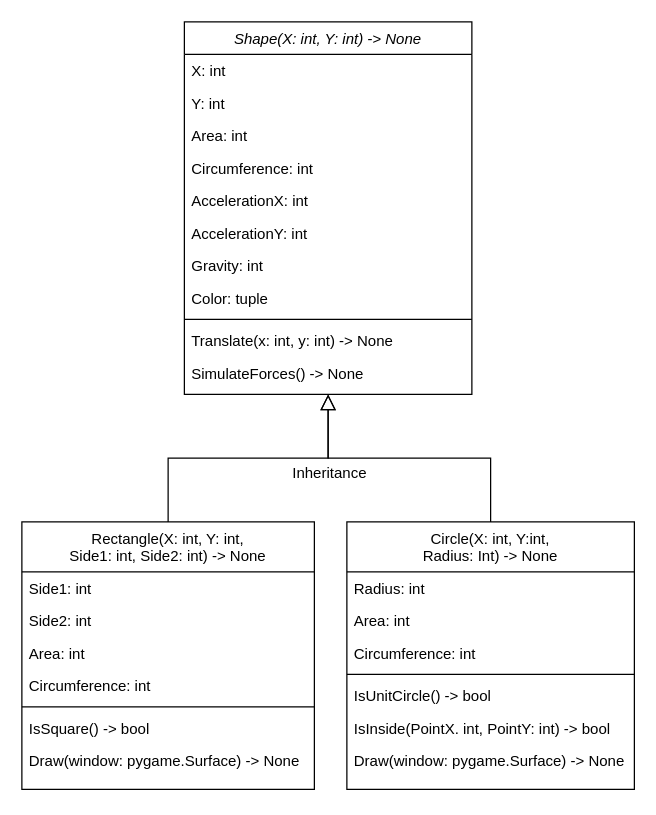
Earlier version of the draw.io diagram Labs/Labb 3/UML.drawio (Kevy69/Python-Kevin). Source tidied: cells renumbered, new cells numbered last; positions are measured from the earlier drawing's top-left corner, leaving out a move shared by most shapes. Both pictures are drawn from the tidied source at 125%, with x=0, y=0 at pixel (21, 21).
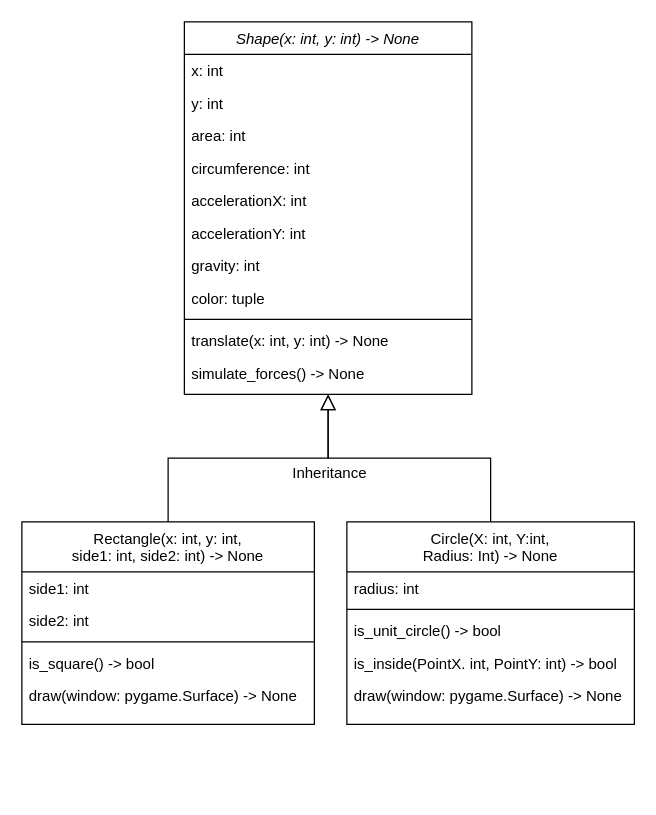
After the change.

Change to the diagram source:
```diff
@@
-    <mxCell id="2" value="Shape(X: int, Y: int) -&gt; None" style="swimlane;fontStyle=2;align=center;verticalAlign=top;horizontal=1;startSize=26;rounded=0;shadow=0;strokeWidth=1;" parent="1" vertex="1">
+    <mxCell id="2" value="Shape(x: int, y: int) -&gt; None" style="swimlane;fontStyle=2;align=center;verticalAlign=top;horizontal=1;startSize=26;rounded=0;shadow=0;strokeWidth=1;" parent="1" vertex="1">
       <mxGeometry x="130" width="230" height="298" as="geometry" />
     </mxCell>
-    <mxCell id="3" value="X: int" style="text;align=left;verticalAlign=top;spacingLeft=4;spacingRight=4;overflow=hidden;" parent="2" vertex="1">
+    <mxCell id="3" value="x: int" style="text;align=left;verticalAlign=top;spacingLeft=4;spacingRight=4;overflow=hidden;" parent="2" vertex="1">
       <mxGeometry y="26" width="230" height="26" as="geometry" />
     </mxCell>
-    <mxCell id="4" value="Y: int" style="text;align=left;verticalAlign=top;spacingLeft=4;spacingRight=4;overflow=hidden;rounded=0;shadow=0;html=0;" parent="2" vertex="1">
+    <mxCell id="4" value="y: int" style="text;align=left;verticalAlign=top;spacingLeft=4;spacingRight=4;overflow=hidden;rounded=0;shadow=0;html=0;" parent="2" vertex="1">
       <mxGeometry y="52" width="230" height="26" as="geometry" />
     </mxCell>
-    <mxCell id="5" value="Area: int" style="text;align=left;verticalAlign=top;spacingLeft=4;spacingRight=4;overflow=hidden;rounded=0;shadow=0;html=0;" parent="2" vertex="1">
+    <mxCell id="5" value="area: int" style="text;align=left;verticalAlign=top;spacingLeft=4;spacingRight=4;overflow=hidden;rounded=0;shadow=0;html=0;" parent="2" vertex="1">
       <mxGeometry y="78" width="230" height="26" as="geometry" />
     </mxCell>
-    <mxCell id="6" value="Circumference: int" style="text;align=left;verticalAlign=top;spacingLeft=4;spacingRight=4;overflow=hidden;" parent="2" vertex="1">
+    <mxCell id="6" value="circumference: int" style="text;align=left;verticalAlign=top;spacingLeft=4;spacingRight=4;overflow=hidden;" parent="2" vertex="1">
       <mxGeometry y="104" width="230" height="26" as="geometry" />
     </mxCell>
-    <mxCell id="7" value="AccelerationX: int" style="text;align=left;verticalAlign=top;spacingLeft=4;spacingRight=4;overflow=hidden;" parent="2" vertex="1">
+    <mxCell id="7" value="accelerationX: int" style="text;align=left;verticalAlign=top;spacingLeft=4;spacingRight=4;overflow=hidden;" parent="2" vertex="1">
       <mxGeometry y="130" width="230" height="26" as="geometry" />
     </mxCell>
-    <mxCell id="8" value="AccelerationY: int" style="text;align=left;verticalAlign=top;spacingLeft=4;spacingRight=4;overflow=hidden;" parent="2" vertex="1">
+    <mxCell id="8" value="accelerationY: int" style="text;align=left;verticalAlign=top;spacingLeft=4;spacingRight=4;overflow=hidden;" parent="2" vertex="1">
       <mxGeometry y="156" width="230" height="26" as="geometry" />
     </mxCell>
-    <mxCell id="9" value="Gravity: int" style="text;align=left;verticalAlign=top;spacingLeft=4;spacingRight=4;overflow=hidden;" parent="2" vertex="1">
+    <mxCell id="9" value="gravity: int" style="text;align=left;verticalAlign=top;spacingLeft=4;spacingRight=4;overflow=hidden;" parent="2" vertex="1">
       <mxGeometry y="182" width="230" height="26" as="geometry" />
     </mxCell>
-    <mxCell id="10" value="Color: tuple" style="text;align=left;verticalAlign=top;spacingLeft=4;spacingRight=4;overflow=hidden;" parent="2" vertex="1">
+    <mxCell id="10" value="color: tuple" style="text;align=left;verticalAlign=top;spacingLeft=4;spacingRight=4;overflow=hidden;" parent="2" vertex="1">
       <mxGeometry y="208" width="230" height="26" as="geometry" />
     </mxCell>
@@
-    <mxCell id="12" value="Translate(x: int, y: int) -&gt; None" style="text;align=left;verticalAlign=top;spacingLeft=4;spacingRight=4;overflow=hidden;" parent="2" vertex="1">
+    <mxCell id="12" value="translate(x: int, y: int) -&gt; None" style="text;align=left;verticalAlign=top;spacingLeft=4;spacingRight=4;overflow=hidden;" parent="2" vertex="1">
       <mxGeometry y="242" width="230" height="26" as="geometry" />
     </mxCell>
-    <mxCell id="13" value="SimulateForces() -&gt; None" style="text;align=left;verticalAlign=top;spacingLeft=4;spacingRight=4;overflow=hidden;" parent="2" vertex="1">
+    <mxCell id="13" value="simulate_forces() -&gt; None" style="text;align=left;verticalAlign=top;spacingLeft=4;spacingRight=4;overflow=hidden;" parent="2" vertex="1">
       <mxGeometry y="268" width="230" height="26" as="geometry" />
     </mxCell>
-    <mxCell id="14" value="Rectangle(X: int, Y: int,&#10;Side1: int, Side2: int) -&gt; None" style="swimlane;fontStyle=0;align=center;verticalAlign=top;horizontal=1;startSize=40;rounded=0;shadow=0;strokeWidth=1;" parent="1" vertex="1">
-      <mxGeometry y="400" width="234" height="214" as="geometry" />
+    <mxCell id="14" value="Rectangle(x: int, y: int,&#10;side1: int, side2: int) -&gt; None" style="swimlane;fontStyle=0;align=center;verticalAlign=top;horizontal=1;startSize=40;rounded=0;shadow=0;strokeWidth=1;" parent="1" vertex="1">
+      <mxGeometry y="400" width="234" height="162" as="geometry" />
     </mxCell>
-    <mxCell id="15" value="Side1: int" style="text;align=left;verticalAlign=top;spacingLeft=4;spacingRight=4;overflow=hidden;" parent="14" vertex="1">
+    <mxCell id="15" value="side1: int" style="text;align=left;verticalAlign=top;spacingLeft=4;spacingRight=4;overflow=hidden;" parent="14" vertex="1">
       <mxGeometry y="40" width="234" height="26" as="geometry" />
     </mxCell>
-    <mxCell id="16" value="Side2: int" style="text;align=left;verticalAlign=top;spacingLeft=4;spacingRight=4;overflow=hidden;rounded=0;shadow=0;html=0;" parent="14" vertex="1">
+    <mxCell id="16" value="side2: int" style="text;align=left;verticalAlign=top;spacingLeft=4;spacingRight=4;overflow=hidden;rounded=0;shadow=0;html=0;" parent="14" vertex="1">
       <mxGeometry y="66" width="234" height="26" as="geometry" />
     </mxCell>
-    <mxCell id="17" value="Area: int" style="text;align=left;verticalAlign=top;spacingLeft=4;spacingRight=4;overflow=hidden;rounded=0;shadow=0;html=0;" parent="14" vertex="1">
-      <mxGeometry y="92" width="234" height="26" as="geometry" />
-    </mxCell>
-    <mxCell id="18" value="Circumference: int" style="text;align=left;verticalAlign=top;spacingLeft=4;spacingRight=4;overflow=hidden;rounded=0;shadow=0;html=0;" parent="14" vertex="1">
-      <mxGeometry y="118" width="234" height="26" as="geometry" />
-    </mxCell>
     <mxCell id="19" style="line;html=1;strokeWidth=1;align=left;verticalAlign=middle;spacingTop=-1;spacingLeft=3;spacingRight=3;labelPosition=right;" parent="14" vertex="1">
-      <mxGeometry y="144" width="234" height="8" as="geometry" />
+      <mxGeometry y="92" width="234" height="8" as="geometry" />
     </mxCell>
-    <mxCell id="20" value="IsSquare() -&gt; bool" style="text;align=left;verticalAlign=top;spacingLeft=4;spacingRight=4;overflow=hidden;rounded=0;shadow=0;html=0;" parent="14" vertex="1">
-      <mxGeometry y="152" width="234" height="26" as="geometry" />
+    <mxCell id="20" value="is_square() -&gt; bool" style="text;align=left;verticalAlign=top;spacingLeft=4;spacingRight=4;overflow=hidden;rounded=0;shadow=0;html=0;" parent="14" vertex="1">
+      <mxGeometry y="100" width="234" height="26" as="geometry" />
     </mxCell>
-    <mxCell id="21" value="Draw(window: pygame.Surface) -&gt; None" style="text;align=left;verticalAlign=top;spacingLeft=4;spacingRight=4;overflow=hidden;rounded=0;shadow=0;html=0;" parent="14" vertex="1">
-      <mxGeometry y="178" width="234" height="36" as="geometry" />
+    <mxCell id="21" value="draw(window: pygame.Surface) -&gt; None" style="text;align=left;verticalAlign=top;spacingLeft=4;spacingRight=4;overflow=hidden;rounded=0;shadow=0;html=0;" parent="14" vertex="1">
+      <mxGeometry y="126" width="234" height="36" as="geometry" />
     </mxCell>
@@
     <mxCell id="23" value="Circle(X: int, Y:int,&#10;Radius: Int) -&gt; None" style="swimlane;fontStyle=0;align=center;verticalAlign=top;horizontal=1;startSize=40;rounded=0;shadow=0;strokeWidth=1;" parent="1" vertex="1">
-      <mxGeometry x="260" y="400" width="230" height="214" as="geometry" />
+      <mxGeometry x="260" y="400" width="230" height="162" as="geometry" />
     </mxCell>
-    <mxCell id="24" value="Radius: int" style="text;align=left;verticalAlign=top;spacingLeft=4;spacingRight=4;overflow=hidden;rounded=0;shadow=0;html=0;" parent="23" vertex="1">
+    <mxCell id="24" value="radius: int" style="text;align=left;verticalAlign=top;spacingLeft=4;spacingRight=4;overflow=hidden;rounded=0;shadow=0;html=0;" parent="23" vertex="1">
       <mxGeometry y="40" width="230" height="26" as="geometry" />
     </mxCell>
-    <mxCell id="25" value="Area: int" style="text;align=left;verticalAlign=top;spacingLeft=4;spacingRight=4;overflow=hidden;rounded=0;shadow=0;html=0;" parent="23" vertex="1">
-      <mxGeometry y="66" width="230" height="26" as="geometry" />
-    </mxCell>
-    <mxCell id="26" value="Circumference: int" style="text;align=left;verticalAlign=top;spacingLeft=4;spacingRight=4;overflow=hidden;rounded=0;shadow=0;html=0;" parent="23" vertex="1">
-      <mxGeometry y="92" width="230" height="26" as="geometry" />
-    </mxCell>
     <mxCell id="27" style="line;html=1;strokeWidth=1;align=left;verticalAlign=middle;spacingTop=-1;spacingLeft=3;spacingRight=3;labelPosition=right;" parent="23" vertex="1">
-      <mxGeometry y="118" width="230" height="8" as="geometry" />
+      <mxGeometry y="66" width="230" height="8" as="geometry" />
     </mxCell>
-    <mxCell id="28" value="IsUnitCircle() -&gt; bool" style="text;align=left;verticalAlign=top;spacingLeft=4;spacingRight=4;overflow=hidden;rounded=0;shadow=0;html=0;" parent="23" vertex="1">
-      <mxGeometry y="126" width="230" height="26" as="geometry" />
+    <mxCell id="28" value="is_unit_circle() -&gt; bool" style="text;align=left;verticalAlign=top;spacingLeft=4;spacingRight=4;overflow=hidden;rounded=0;shadow=0;html=0;" parent="23" vertex="1">
+      <mxGeometry y="74" width="230" height="26" as="geometry" />
     </mxCell>
-    <mxCell id="29" value="IsInside(PointX. int, PointY: int) -&gt; bool" style="text;align=left;verticalAlign=top;spacingLeft=4;spacingRight=4;overflow=hidden;rounded=0;shadow=0;html=0;" parent="23" vertex="1">
-      <mxGeometry y="152" width="230" height="26" as="geometry" />
+    <mxCell id="29" value="is_inside(PointX. int, PointY: int) -&gt; bool" style="text;align=left;verticalAlign=top;spacingLeft=4;spacingRight=4;overflow=hidden;rounded=0;shadow=0;html=0;" parent="23" vertex="1">
+      <mxGeometry y="100" width="230" height="26" as="geometry" />
     </mxCell>
-    <mxCell id="30" value="Draw(window: pygame.Surface) -&gt; None" style="text;align=left;verticalAlign=top;spacingLeft=4;spacingRight=4;overflow=hidden;rounded=0;shadow=0;html=0;" parent="23" vertex="1">
-      <mxGeometry y="178" width="230" height="36" as="geometry" />
+    <mxCell id="30" value="draw(window: pygame.Surface) -&gt; None" style="text;align=left;verticalAlign=top;spacingLeft=4;spacingRight=4;overflow=hidden;rounded=0;shadow=0;html=0;" parent="23" vertex="1">
+      <mxGeometry y="126" width="230" height="36" as="geometry" />
     </mxCell>
```
